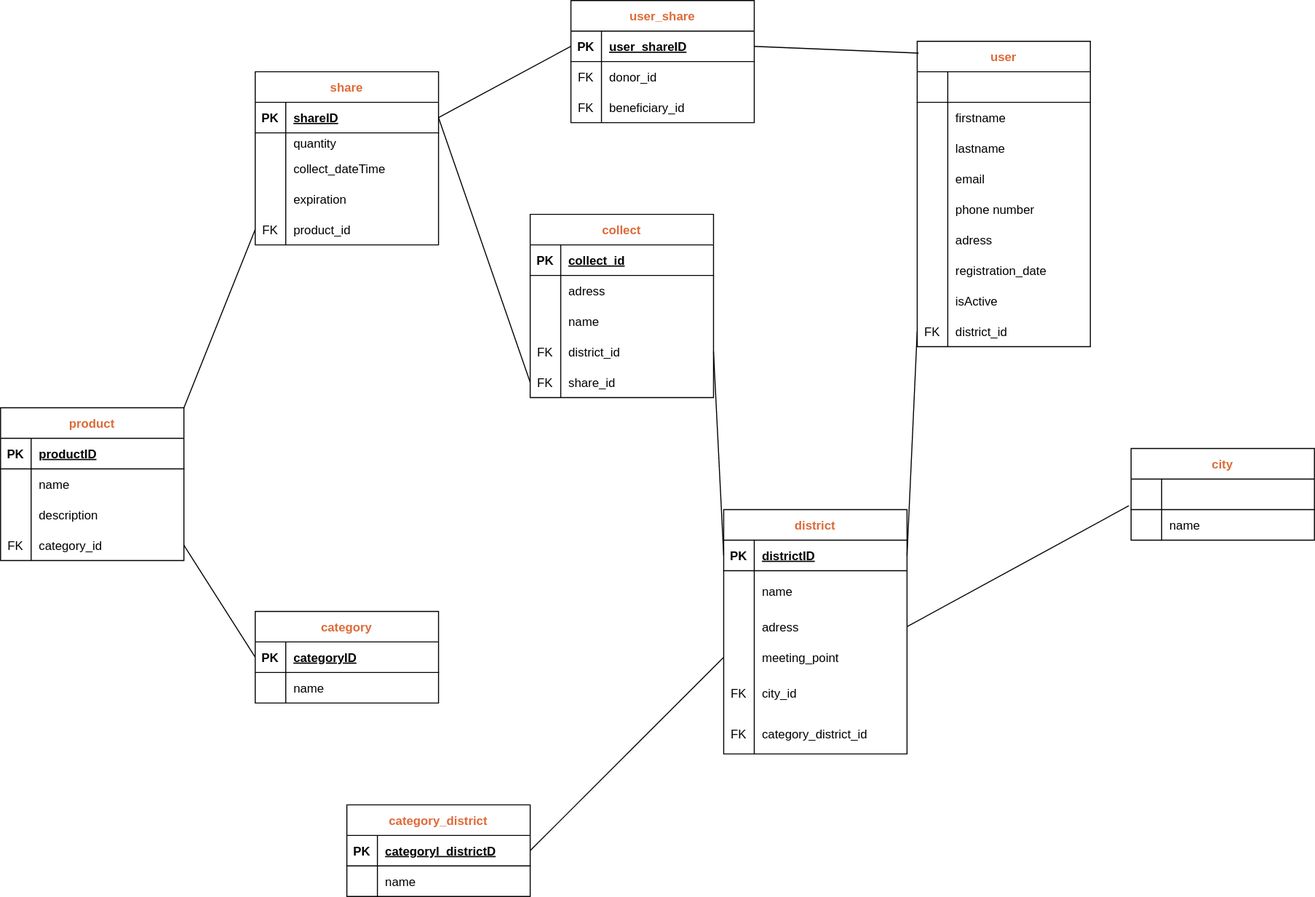
Before: code/server/Merise_VAG/MLD/vag.drawio.svg, a diagram exported from draw.io (Mandine42/vag). Source tidied: cells renumbered, new cells last; positions are measured from the earlier drawing's top-left corner, leaving out a move shared by most shapes.
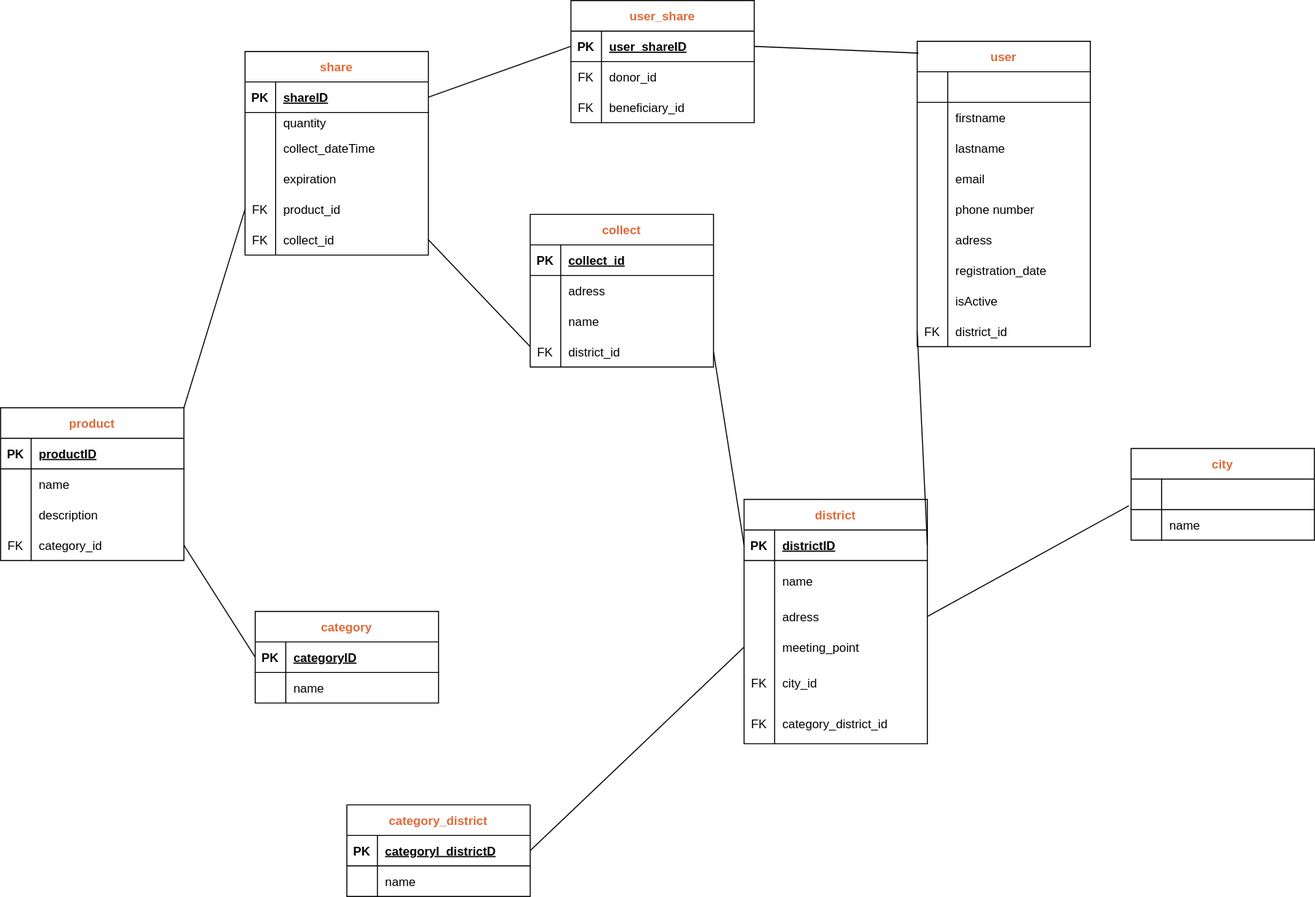
Later version of the same file.

Change to the diagram source:
```diff
@@ -108,7 +108,7 @@
       <mxGeometry x="30" width="150" height="30" as="geometry" />
     </mxCell>
     <mxCell id="37" value="district" style="shape=table;startSize=30;rowLines=0;fontStyle=1;align=center;fontColor=#DE6A38;" parent="1" vertex="1">
-      <mxGeometry x="710" y="500" width="180" height="240" as="geometry" />
+      <mxGeometry x="730" y="490" width="180" height="240" as="geometry" />
     </mxCell>
     <mxCell id="38" style="shape=tableRow;horizontal=0;startSize=0;swimlaneHead=0;swimlaneBody=0;fillColor=none;points=[[0,0.5],[1,0.5]];portConstraint=eastwest;top=0;left=0;right=0;bottom=1;" parent="37" vertex="1">
       <mxGeometry y="30" width="180" height="30" as="geometry" />
@@ -171,7 +171,7 @@
       <mxGeometry relative="1" as="geometry" />
     </mxCell>
     <mxCell id="58" value="share" style="shape=table;startSize=30;rowLines=0;fontStyle=1;align=center;fontColor=#DE6A38;" parent="1" vertex="1">
-      <mxGeometry x="250" y="70" width="180" height="170" as="geometry" />
+      <mxGeometry x="240" y="50" width="180" height="200" as="geometry" />
     </mxCell>
     <mxCell id="59" style="shape=tableRow;horizontal=0;startSize=0;swimlaneHead=0;swimlaneBody=0;fillColor=none;points=[[0,0.5],[1,0.5]];portConstraint=eastwest;top=0;left=0;right=0;bottom=1;" parent="58" vertex="1">
       <mxGeometry y="30" width="180" height="30" as="geometry" />
@@ -218,6 +218,15 @@
     <mxCell id="73" value="product_id" style="shape=partialRectangle;fillColor=none;top=0;left=0;bottom=0;right=0;align=left;spacingLeft=6;overflow=hidden;" parent="71" vertex="1">
       <mxGeometry x="30" width="150" height="30" as="geometry" />
     </mxCell>
+    <mxCell id="134" style="shape=tableRow;horizontal=0;startSize=0;swimlaneHead=0;swimlaneBody=0;fillColor=none;points=[[0,0.5],[1,0.5]];portConstraint=eastwest;top=0;left=0;right=0;bottom=0;" parent="58" vertex="1">
+      <mxGeometry y="170" width="180" height="30" as="geometry" />
+    </mxCell>
+    <mxCell id="130" value="FK" style="shape=partialRectangle;fillColor=none;top=0;left=0;bottom=0;right=0;overflow=hidden;" parent="134" vertex="1">
+      <mxGeometry width="30" height="30" as="geometry" />
+    </mxCell>
+    <mxCell id="135" value="collect_id" style="shape=partialRectangle;fillColor=none;top=0;left=0;bottom=0;right=0;align=left;spacingLeft=6;overflow=hidden;" parent="134" vertex="1">
+      <mxGeometry x="30" width="150" height="30" as="geometry" />
+    </mxCell>
     <mxCell id="74" value="product" style="shape=table;startSize=30;rowLines=0;fontStyle=1;align=center;fontColor=#DE6A38;" parent="1" vertex="1">
       <mxGeometry y="400" width="180" height="150" as="geometry" />
     </mxCell>
@@ -347,7 +356,7 @@
       <mxGeometry relative="1" as="geometry" />
     </mxCell>
     <mxCell id="116" value="collect" style="shape=table;startSize=30;rowLines=0;fontStyle=1;align=center;fontColor=#DE6A38;" parent="1" vertex="1">
-      <mxGeometry x="520" y="210" width="180" height="180" as="geometry" />
+      <mxGeometry x="520" y="210" width="180" height="150" as="geometry" />
     </mxCell>
     <mxCell id="117" style="shape=tableRow;horizontal=0;startSize=0;swimlaneHead=0;swimlaneBody=0;fillColor=none;top=0;left=0;right=0;bottom=1;" parent="116" vertex="1">
       <mxGeometry y="30" width="180" height="30" as="geometry" />
@@ -385,20 +394,13 @@
     <mxCell id="128" value="district_id" style="shape=partialRectangle;fillColor=none;top=0;left=0;bottom=0;right=0;align=left;spacingLeft=6;overflow=hidden;" parent="126" vertex="1">
       <mxGeometry x="30" width="150" height="30" as="geometry" />
     </mxCell>
-    <mxCell id="129" style="shape=tableRow;horizontal=0;startSize=0;swimlaneHead=0;swimlaneBody=0;fillColor=none;points=[[0,0.5],[1,0.5]];portConstraint=eastwest;top=0;left=0;right=0;bottom=0;" parent="116" vertex="1">
-      <mxGeometry y="150" width="180" height="30" as="geometry" />
-    </mxCell>
-    <mxCell id="130" value="FK" style="shape=partialRectangle;fillColor=none;top=0;left=0;bottom=0;right=0;overflow=hidden;" parent="129" vertex="1">
-      <mxGeometry width="30" height="30" as="geometry" />
-    </mxCell>
-    <mxCell id="131" value="share_id" style="shape=partialRectangle;fillColor=none;top=0;left=0;bottom=0;right=0;align=left;spacingLeft=6;overflow=hidden;" parent="129" vertex="1">
-      <mxGeometry x="30" width="150" height="30" as="geometry" />
-    </mxCell>
     <mxCell id="132" style="endArrow=none;html=1;rounded=0;fontColor=#DE6A38;exitX=1;exitY=0.5;exitDx=0;exitDy=0;entryX=0;entryY=0.5;entryDx=0;entryDy=0;" parent="1" edge="1" source="126" target="38">
       <mxGeometry relative="1" as="geometry" />
     </mxCell>
-    <mxCell id="133" style="endArrow=none;html=1;rounded=0;fontColor=#DE6A38;exitX=1;exitY=0.5;exitDx=0;exitDy=0;entryX=0;entryY=0.5;entryDx=0;entryDy=0;" parent="1" edge="1" source="59" target="129">
-      <mxGeometry relative="1" as="geometry" />
+    <mxCell id="133" style="endArrow=none;html=1;rounded=0;fontColor=#DE6A38;exitX=1;exitY=0.5;exitDx=0;exitDy=0;" parent="1" edge="1" source="134">
+      <mxGeometry relative="1" as="geometry">
+        <mxPoint x="520" y="340" as="targetPoint" />
+      </mxGeometry>
     </mxCell>
   </root>
 </mxGraphModel>
```
